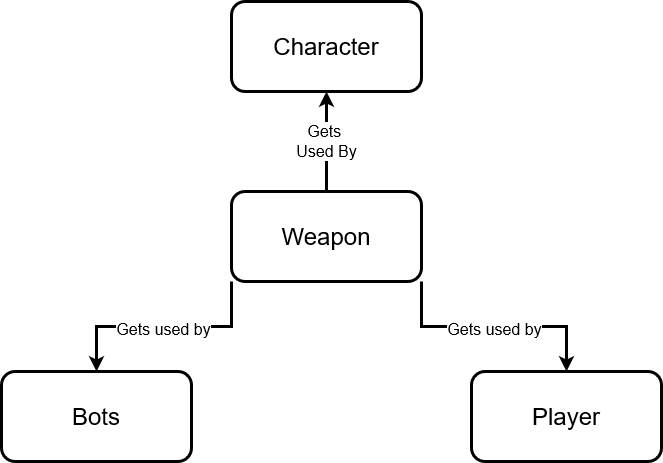
Earlier version of the draw.io export Pictures/crs/crc 10.drawio.png (FM-Man/SPL_2). Source tidied: cells renumbered, new cells last; positions are measured from the earlier drawing's top-left corner, leaving out a move shared by most shapes. The source it was exported from:
```xml
<mxGraphModel>
  <root>
    <mxCell id="0" />
    <mxCell id="1" parent="0" />
    <mxCell id="2" value="&lt;div&gt;Gets&amp;nbsp;&lt;/div&gt;&lt;div&gt;Used By&lt;br&gt;&lt;/div&gt;" style="edgeStyle=orthogonalEdgeStyle;rounded=0;jettySize=auto;html=1;exitX=0.5;exitY=0;exitDx=0;exitDy=0;entryX=0.5;entryY=1;entryDx=0;entryDy=0;fontSize=16;strokeWidth=3;" parent="1" edge="1" source="5" target="6">
      <mxGeometry relative="1" as="geometry" />
    </mxCell>
    <mxCell id="3" value="&lt;font size=&quot;3&quot;&gt;Gets used by&lt;br&gt;&lt;/font&gt;" style="edgeStyle=orthogonalEdgeStyle;rounded=0;jettySize=auto;html=1;exitX=0;exitY=1;exitDx=0;exitDy=0;entryX=0.5;entryY=0;entryDx=0;entryDy=0;fontSize=24;strokeWidth=3;" parent="1" edge="1" source="5" target="7">
      <mxGeometry relative="1" as="geometry" />
    </mxCell>
    <mxCell id="4" value="&lt;font style=&quot;font-size: 16px&quot;&gt;Gets used by&lt;/font&gt;" style="edgeStyle=orthogonalEdgeStyle;rounded=0;jettySize=auto;html=1;exitX=1;exitY=1;exitDx=0;exitDy=0;fontSize=24;strokeWidth=3;" parent="1" edge="1" source="5" target="8">
      <mxGeometry relative="1" as="geometry" />
    </mxCell>
    <mxCell id="5" value="&lt;font style=&quot;font-size: 24px&quot;&gt;Weapon&lt;/font&gt;" style="rounded=1;whiteSpace=wrap;html=1;strokeWidth=3;" parent="1" vertex="1">
      <mxGeometry x="230" y="190" width="190" height="90" as="geometry" />
    </mxCell>
    <mxCell id="6" value="&lt;font style=&quot;font-size: 24px&quot;&gt;Character&lt;/font&gt;" style="rounded=1;whiteSpace=wrap;html=1;strokeWidth=3;" parent="1" vertex="1">
      <mxGeometry x="230" width="190" height="90" as="geometry" />
    </mxCell>
    <mxCell id="7" value="&lt;font style=&quot;font-size: 24px&quot;&gt;Bots&lt;/font&gt;" style="rounded=1;whiteSpace=wrap;html=1;strokeWidth=3;" parent="1" vertex="1">
      <mxGeometry y="370" width="190" height="90" as="geometry" />
    </mxCell>
    <mxCell id="8" value="&lt;font style=&quot;font-size: 24px&quot;&gt;Player&lt;br&gt;&lt;/font&gt;" style="rounded=1;whiteSpace=wrap;html=1;strokeWidth=3;" parent="1" vertex="1">
      <mxGeometry x="470" y="370" width="190" height="90" as="geometry" />
    </mxCell>
  </root>
</mxGraphModel>
```
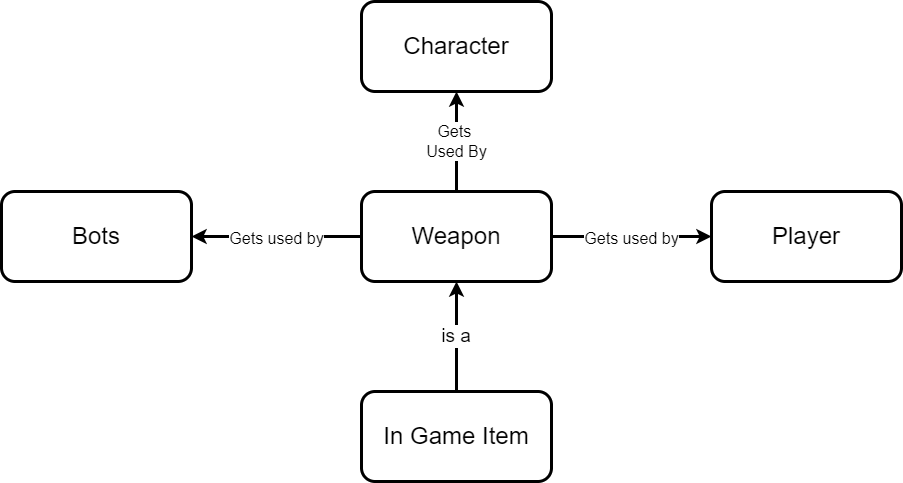
The same diagram one commit later.

Change to the diagram source:
```diff
@@ -5,10 +5,10 @@
     <mxCell id="2" value="&lt;div&gt;Gets&amp;nbsp;&lt;/div&gt;&lt;div&gt;Used By&lt;br&gt;&lt;/div&gt;" style="edgeStyle=orthogonalEdgeStyle;rounded=0;jettySize=auto;html=1;exitX=0.5;exitY=0;exitDx=0;exitDy=0;entryX=0.5;entryY=1;entryDx=0;entryDy=0;fontSize=16;strokeWidth=3;" parent="1" edge="1" source="5" target="6">
       <mxGeometry relative="1" as="geometry" />
     </mxCell>
-    <mxCell id="3" value="&lt;font size=&quot;3&quot;&gt;Gets used by&lt;br&gt;&lt;/font&gt;" style="edgeStyle=orthogonalEdgeStyle;rounded=0;jettySize=auto;html=1;exitX=0;exitY=1;exitDx=0;exitDy=0;entryX=0.5;entryY=0;entryDx=0;entryDy=0;fontSize=24;strokeWidth=3;" parent="1" edge="1" source="5" target="7">
+    <mxCell id="3" value="&lt;font size=&quot;3&quot;&gt;Gets used by&lt;br&gt;&lt;/font&gt;" style="edgeStyle=orthogonalEdgeStyle;rounded=0;jettySize=auto;html=1;exitX=0;exitY=0.5;exitDx=0;exitDy=0;entryX=1;entryY=0.5;entryDx=0;entryDy=0;fontSize=24;strokeWidth=3;" parent="1" edge="1" source="5" target="7">
       <mxGeometry relative="1" as="geometry" />
     </mxCell>
-    <mxCell id="4" value="&lt;font style=&quot;font-size: 16px&quot;&gt;Gets used by&lt;/font&gt;" style="edgeStyle=orthogonalEdgeStyle;rounded=0;jettySize=auto;html=1;exitX=1;exitY=1;exitDx=0;exitDy=0;fontSize=24;strokeWidth=3;" parent="1" edge="1" source="5" target="8">
+    <mxCell id="4" value="&lt;font style=&quot;font-size: 16px&quot;&gt;Gets used by&lt;/font&gt;" style="edgeStyle=orthogonalEdgeStyle;rounded=0;jettySize=auto;html=1;exitX=1;exitY=0.5;exitDx=0;exitDy=0;fontSize=24;strokeWidth=3;" parent="1" edge="1" source="5" target="8">
       <mxGeometry relative="1" as="geometry" />
     </mxCell>
     <mxCell id="5" value="&lt;font style=&quot;font-size: 24px&quot;&gt;Weapon&lt;/font&gt;" style="rounded=1;whiteSpace=wrap;html=1;strokeWidth=3;" parent="1" vertex="1">
@@ -18,10 +18,19 @@
       <mxGeometry x="230" width="190" height="90" as="geometry" />
     </mxCell>
     <mxCell id="7" value="&lt;font style=&quot;font-size: 24px&quot;&gt;Bots&lt;/font&gt;" style="rounded=1;whiteSpace=wrap;html=1;strokeWidth=3;" parent="1" vertex="1">
-      <mxGeometry y="370" width="190" height="90" as="geometry" />
+      <mxGeometry x="-130" y="190" width="190" height="90" as="geometry" />
     </mxCell>
     <mxCell id="8" value="&lt;font style=&quot;font-size: 24px&quot;&gt;Player&lt;br&gt;&lt;/font&gt;" style="rounded=1;whiteSpace=wrap;html=1;strokeWidth=3;" parent="1" vertex="1">
-      <mxGeometry x="470" y="370" width="190" height="90" as="geometry" />
+      <mxGeometry x="580" y="190" width="190" height="90" as="geometry" />
     </mxCell>
+    <mxCell id="9" style="edgeStyle=orthogonalEdgeStyle;rounded=0;jettySize=auto;html=1;entryX=0.5;entryY=1;entryDx=0;entryDy=0;fontSize=19;strokeWidth=3;" parent="1" edge="1" source="10" target="5">
+      <mxGeometry relative="1" as="geometry" />
+    </mxCell>
+    <mxCell id="10" value="&lt;font style=&quot;font-size: 24px&quot;&gt;In Game Item&lt;br&gt;&lt;/font&gt;" style="rounded=1;whiteSpace=wrap;html=1;strokeWidth=3;" parent="1" vertex="1">
+      <mxGeometry x="230" y="390" width="190" height="90" as="geometry" />
+    </mxCell>
+    <mxCell id="11" value="is a" style="text;html=1;strokeColor=none;fillColor=none;align=center;verticalAlign=middle;whiteSpace=wrap;rounded=0;fontSize=19;labelBackgroundColor=default;" parent="1" vertex="1">
+      <mxGeometry x="295" y="320" width="60" height="30" as="geometry" />
+    </mxCell>
   </root>
 </mxGraphModel>
```
